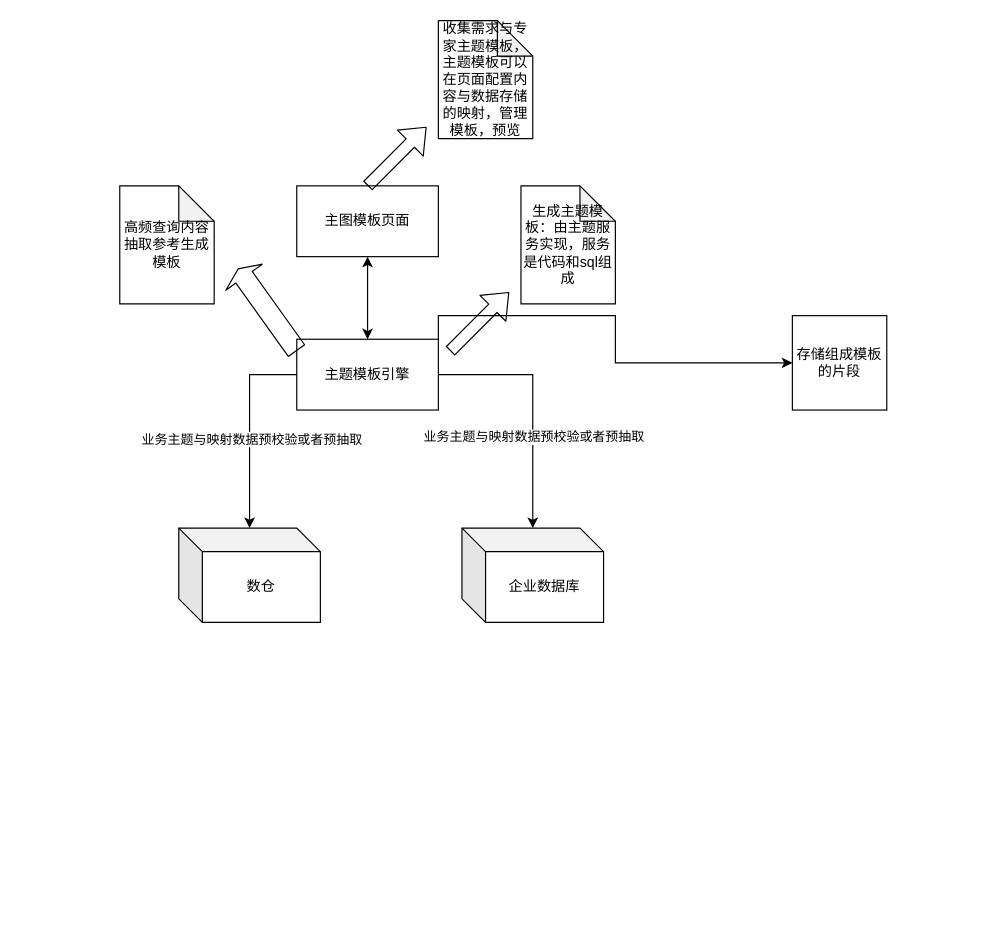
Before: 数据主题模板引擎的构想.drawio in Dylandelon/draw, a draw.io diagram. Source tidied: cells renumbered, new cells numbered last; positions are measured from the earlier drawing's top-left corner, leaving out a move shared by most shapes. Both pictures are drawn from the tidied source at 118%, with x=0, y=0 at pixel (119, 20).
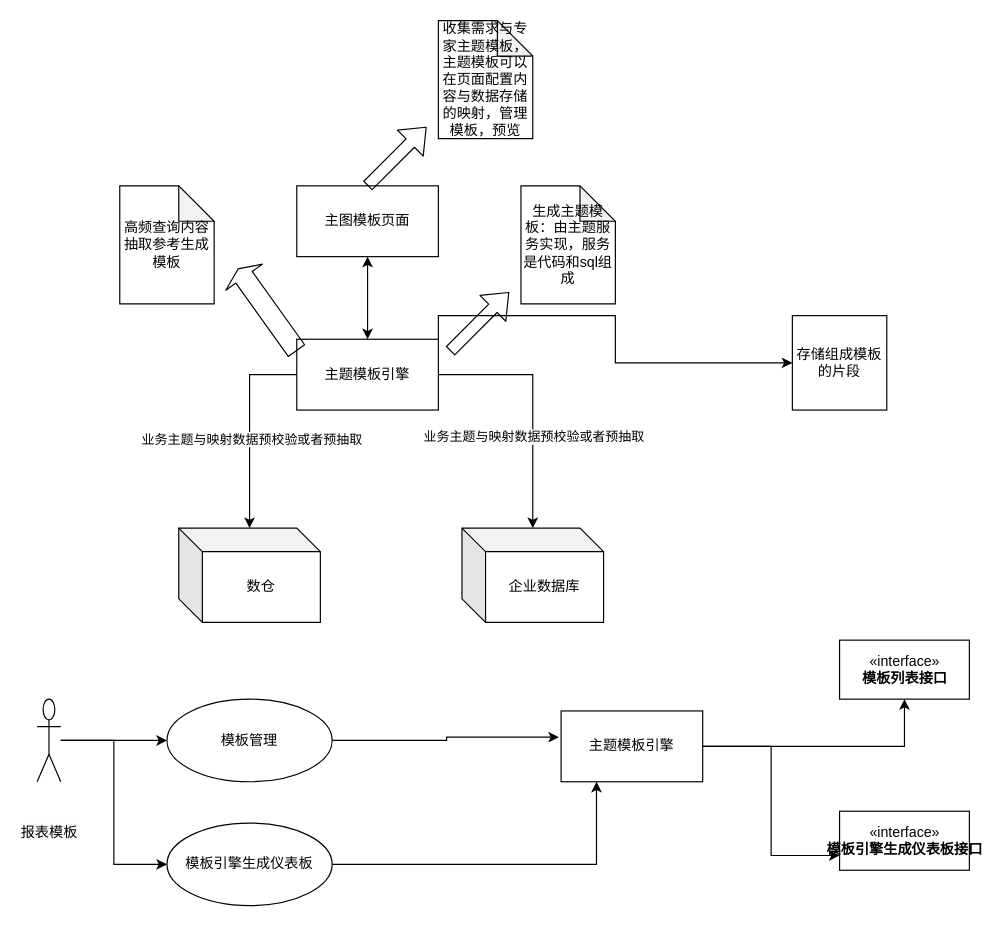
Above is the later version.

Commit message (it also covers changes not shown here):
更新数据主题模板引擎的构想.drawio

What changed in the source:
```diff
@@
+    <mxCell id="19" style="edgeStyle=orthogonalEdgeStyle;rounded=0;jettySize=auto;html=1;" parent="1" edge="1" source="21" target="29">
+      <mxGeometry relative="1" as="geometry" />
+    </mxCell>
+    <mxCell id="20" style="edgeStyle=orthogonalEdgeStyle;rounded=0;jettySize=auto;html=1;entryX=0;entryY=0.75;entryDx=0;entryDy=0;" parent="1" edge="1" source="21" target="30">
+      <mxGeometry relative="1" as="geometry" />
+    </mxCell>
+    <mxCell id="21" value="主题模板引擎" style="rounded=0;whiteSpace=wrap;html=1;" parent="1" vertex="1">
+      <mxGeometry x="374" y="585" width="120" height="60" as="geometry" />
+    </mxCell>
+    <mxCell id="22" style="edgeStyle=orthogonalEdgeStyle;rounded=0;jettySize=auto;html=1;entryX=0;entryY=0.5;entryDx=0;entryDy=0;" parent="1" edge="1" source="24">
+      <mxGeometry relative="1" as="geometry">
+        <mxPoint x="40" y="610" as="targetPoint" />
+      </mxGeometry>
+    </mxCell>
+    <mxCell id="23" style="edgeStyle=orthogonalEdgeStyle;rounded=0;jettySize=auto;html=1;entryX=0;entryY=0.5;entryDx=0;entryDy=0;" parent="1" edge="1" source="24" target="28">
+      <mxGeometry relative="1" as="geometry" />
+    </mxCell>
+    <mxCell id="24" value="&lt;br&gt;&lt;br&gt;&lt;span style=&quot;color: rgb(0 , 0 , 0) ; font-family: &amp;#34;helvetica&amp;#34; ; font-size: 12px ; font-style: normal ; font-weight: 400 ; letter-spacing: normal ; text-align: center ; text-indent: 0px ; text-transform: none ; word-spacing: 0px ; background-color: rgb(248 , 249 , 250) ; display: inline ; float: none&quot;&gt;报表模板&lt;/span&gt;&lt;br&gt;" style="shape=umlActor;verticalLabelPosition=bottom;verticalAlign=top;html=1;" parent="1" vertex="1">
+      <mxGeometry x="-70" y="575" width="20" height="70" as="geometry" />
+    </mxCell>
+    <mxCell id="25" style="edgeStyle=orthogonalEdgeStyle;rounded=0;jettySize=auto;html=1;entryX=-0.015;entryY=0.37;entryDx=0;entryDy=0;entryPerimeter=0;" parent="1" edge="1" source="26" target="21">
+      <mxGeometry relative="1" as="geometry" />
+    </mxCell>
+    <mxCell id="26" value="&lt;span&gt;模板管理&lt;/span&gt;" style="ellipse;whiteSpace=wrap;html=1;" parent="1" vertex="1">
+      <mxGeometry x="40" y="575" width="140" height="70" as="geometry" />
+    </mxCell>
+    <mxCell id="27" style="edgeStyle=orthogonalEdgeStyle;rounded=0;jettySize=auto;html=1;entryX=0.25;entryY=1;entryDx=0;entryDy=0;" parent="1" edge="1" source="28" target="21">
+      <mxGeometry relative="1" as="geometry" />
+    </mxCell>
+    <mxCell id="28" value="模板引擎生成仪表板" style="ellipse;whiteSpace=wrap;html=1;" parent="1" vertex="1">
+      <mxGeometry x="40" y="680" width="140" height="70" as="geometry" />
+    </mxCell>
+    <mxCell id="29" value="«interface»&lt;br&gt;&lt;b&gt;模板列表接口&lt;/b&gt;" style="html=1;" parent="1" vertex="1">
+      <mxGeometry x="610" y="525" width="110" height="50" as="geometry" />
+    </mxCell>
+    <mxCell id="30" value="«interface»&lt;br&gt;&lt;b&gt;模板引擎生成仪表板接口&lt;/b&gt;" style="html=1;" parent="1" vertex="1">
+      <mxGeometry x="610" y="670" width="110" height="50" as="geometry" />
+    </mxCell>
```
